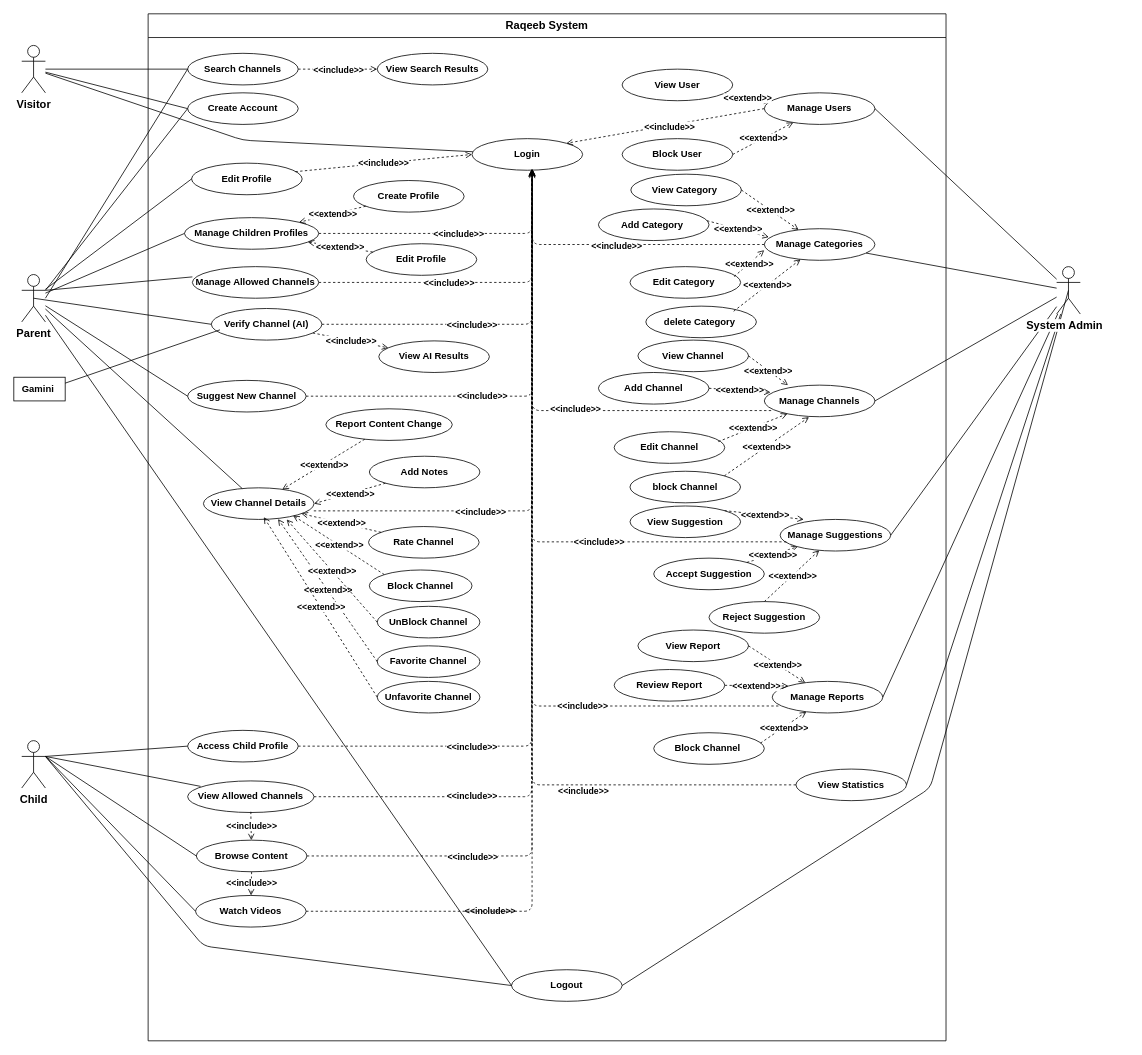
Above: page "Raqeeb Use Case" (1 of 7) of رقيب.drawio in MahmoudHamdy19/diagrams- (draw.io), before the change. Source tidied: cells renumbered, new cells numbered last; positions are measured from the earlier drawing's top-left corner, leaving out a move shared by most shapes. Both pictures are drawn from the tidied source at 79%, with x=0, y=0 at pixel (13, 13).
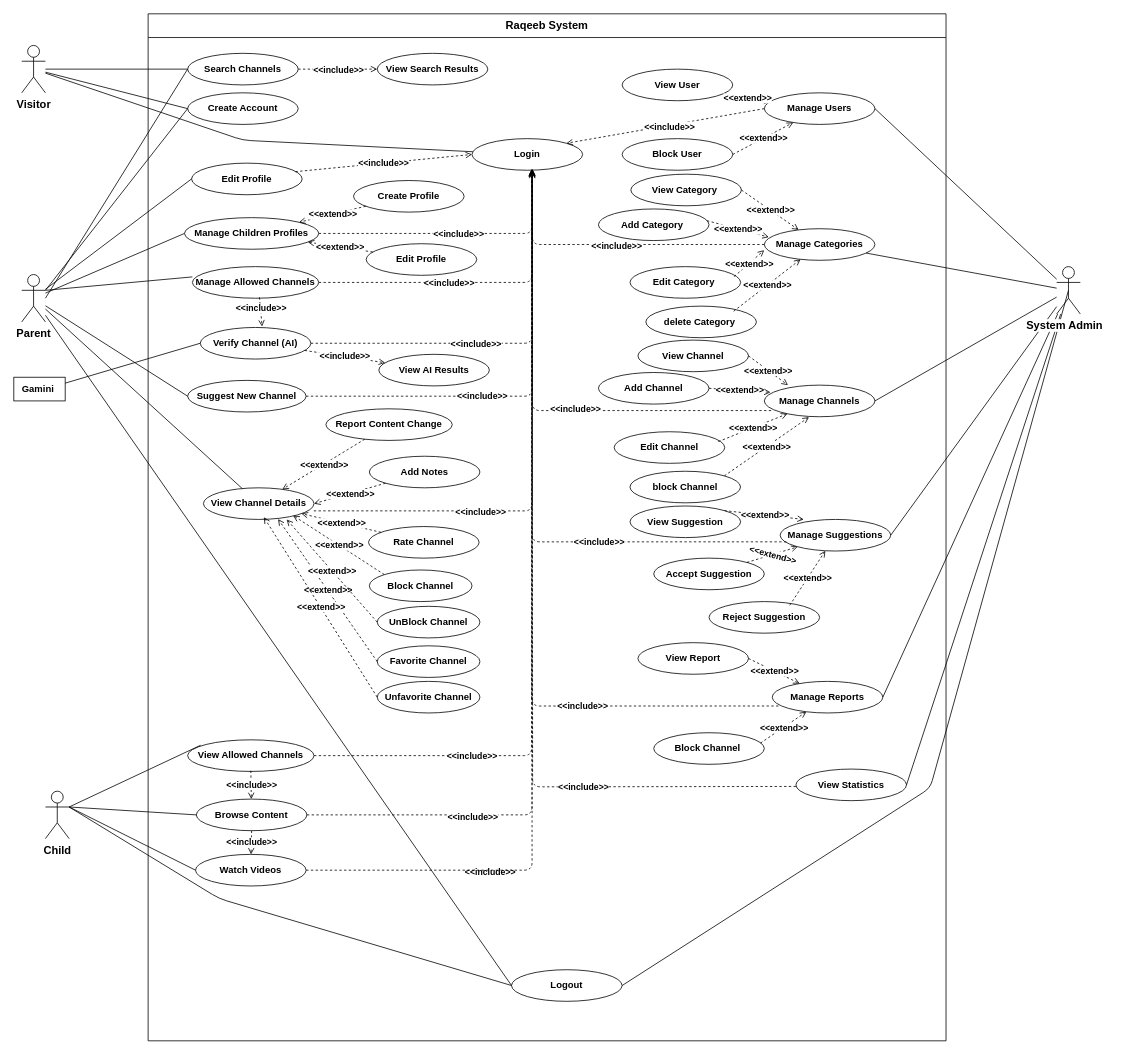
After the change.

The change refers to these unchanged cells:
```xml
<mxCell id="2" value="Raqeeb System" style="swimlane;whiteSpace=wrap;html=1;startSize=30;labelBackgroundColor=none;fontSize=14;fontStyle=1;" parent="1" vertex="1">
  <mxGeometry x="170" width="1010" height="1300" as="geometry" />
</mxCell>
<mxCell id="6" value="Login" style="ellipse;whiteSpace=wrap;html=1;fontSize=12;fontStyle=1;" parent="2" vertex="1">
  <mxGeometry x="410" y="158" width="140" height="40" as="geometry" />
</mxCell>
<mxCell id="7" value="Logout" style="ellipse;whiteSpace=wrap;html=1;fontSize=12;fontStyle=1;" parent="2" vertex="1">
  <mxGeometry x="460" y="1210" width="140" height="40" as="geometry" />
</mxCell>
<mxCell id="12" value="Manage Allowed Channels" style="ellipse;whiteSpace=wrap;html=1;fontSize=12;fontStyle=1;" parent="2" vertex="1">
  <mxGeometry x="56" y="320" width="160" height="40" as="geometry" />
</mxCell>
<mxCell id="57" value="Manage Suggestions" style="ellipse;whiteSpace=wrap;html=1;fontSize=12;fontStyle=1;" parent="2" vertex="1">
  <mxGeometry x="800" y="640" width="140" height="40" as="geometry" />
</mxCell>
<mxCell id="58" value="Manage Reports" style="ellipse;whiteSpace=wrap;html=1;fontSize=12;fontStyle=1;" parent="2" vertex="1">
  <mxGeometry x="790" y="845" width="140" height="40" as="geometry" />
</mxCell>
<mxCell id="59" value="View Statistics" style="ellipse;whiteSpace=wrap;html=1;fontSize=12;fontStyle=1;" parent="2" vertex="1">
  <mxGeometry x="820" y="956" width="140" height="40" as="geometry" />
</mxCell>
<mxCell id="90" value="Reject Suggestion" style="ellipse;whiteSpace=wrap;html=1;fontSize=12;fontStyle=1;" parent="2" vertex="1">
  <mxGeometry x="710" y="744" width="140" height="40" as="geometry" />
</mxCell>
<mxCell id="93" style="dashed=1;endArrow=open;endFill=0;html=1;fontStyle=1;" parent="2" edge="1" source="89" target="57">
  <mxGeometry relative="1" as="geometry" />
</mxCell>
<mxCell id="132" style="dashed=1;endArrow=open;endFill=0;html=1;edgeStyle=orthogonalEdgeStyle;fontStyle=1;entryX=0.539;entryY=0.991;entryDx=0;entryDy=0;entryPerimeter=0;exitX=1;exitY=0.5;exitDx=0;exitDy=0;" parent="2" edge="1" source="23" target="6">
  <mxGeometry relative="1" as="geometry" />
</mxCell>
<mxCell id="134" style="dashed=1;endArrow=open;endFill=0;html=1;edgeStyle=orthogonalEdgeStyle;fontStyle=1;entryX=0.542;entryY=0.98;entryDx=0;entryDy=0;entryPerimeter=0;exitX=1;exitY=0.5;exitDx=0;exitDy=0;" parent="2" edge="1" source="24" target="6">
  <mxGeometry relative="1" as="geometry" />
</mxCell>
<mxCell id="136" style="dashed=1;endArrow=open;endFill=0;html=1;edgeStyle=orthogonalEdgeStyle;fontStyle=1;exitX=1;exitY=0.5;exitDx=0;exitDy=0;entryX=0.543;entryY=0.962;entryDx=0;entryDy=0;entryPerimeter=0;" parent="2" edge="1" source="25" target="6">
  <mxGeometry relative="1" as="geometry" />
</mxCell>
<mxCell id="141" value="Parent" style="shape=umlActor;verticalLabelPosition=bottom;verticalAlign=top;html=1;outlineConnect=0;fontStyle=1;fontSize=14;" parent="1" vertex="1">
  <mxGeometry x="10" y="330" width="30" height="60" as="geometry" />
</mxCell>
<mxCell id="169" value="&lt;b&gt;Gamini&amp;nbsp;&lt;/b&gt;" style="rounded=0;whiteSpace=wrap;html=1;" parent="1" vertex="1">
  <mxGeometry y="460" width="65" height="30" as="geometry" />
</mxCell>
```

The edit, as a diff of the source:
```diff
@@
     <mxCell id="13" value="Verify Channel (AI)" style="ellipse;whiteSpace=wrap;html=1;fontSize=12;fontStyle=1;" parent="2" vertex="1">
-      <mxGeometry x="80" y="373" width="140" height="40" as="geometry" />
+      <mxGeometry x="66" y="397" width="140" height="40" as="geometry" />
     </mxCell>
     <mxCell id="14" value="View AI Results" style="ellipse;whiteSpace=wrap;html=1;fontSize=12;fontStyle=1;" parent="2" vertex="1">
-      <mxGeometry x="292" y="414" width="140" height="40" as="geometry" />
+      <mxGeometry x="292" y="431" width="140" height="40" as="geometry" />
     </mxCell>
@@
-    <mxCell id="22" value="Access Child Profile" style="ellipse;whiteSpace=wrap;html=1;fontSize=12;fontStyle=1;" parent="2" vertex="1">
-      <mxGeometry x="50" y="907" width="140" height="40" as="geometry" />
-    </mxCell>
     <mxCell id="23" value="View Allowed Channels" style="ellipse;whiteSpace=wrap;html=1;fontSize=12;fontStyle=1;" parent="2" vertex="1">
-      <mxGeometry x="50" y="971" width="160" height="40" as="geometry" />
+      <mxGeometry x="50" y="919" width="160" height="40" as="geometry" />
     </mxCell>
     <mxCell id="24" value="Browse Content" style="ellipse;whiteSpace=wrap;html=1;fontSize=12;fontStyle=1;" parent="2" vertex="1">
-      <mxGeometry x="61" y="1046" width="140" height="40" as="geometry" />
+      <mxGeometry x="61" y="994" width="140" height="40" as="geometry" />
     </mxCell>
     <mxCell id="25" value="Watch Videos" style="ellipse;whiteSpace=wrap;html=1;fontSize=12;fontStyle=1;" parent="2" vertex="1">
-      <mxGeometry x="60" y="1116" width="140" height="40" as="geometry" />
+      <mxGeometry x="60" y="1064" width="140" height="40" as="geometry" />
     </mxCell>
@@
     <mxCell id="40" style="dashed=1;endArrow=open;endFill=0;html=1;fontStyle=1;" parent="2" edge="1" target="24">
       <mxGeometry relative="1" as="geometry">
-        <mxPoint x="130" y="1010" as="sourcePoint" />
+        <mxPoint x="130" y="958" as="sourcePoint" />
       </mxGeometry>
     </mxCell>
@@
-    <mxCell id="94" value="&amp;lt;&amp;lt;extend&amp;gt;&amp;gt;" style="edgeLabel;html=1;align=center;verticalAlign=middle;fontStyle=1;" parent="93" vertex="1">
+    <mxCell id="94" value="&amp;lt;&amp;lt;extend&amp;gt;&amp;gt;" style="edgeLabel;html=1;align=center;verticalAlign=middle;fontStyle=1;rotation=15;" parent="93" vertex="1">
       <mxGeometry relative="1" as="geometry" />
     </mxCell>
-    <mxCell id="95" style="dashed=1;endArrow=open;endFill=0;html=1;exitX=0.5;exitY=0;exitDx=0;exitDy=0;fontStyle=1;" parent="2" edge="1" source="90" target="57">
+    <mxCell id="95" style="dashed=1;endArrow=open;endFill=0;html=1;exitX=0.73;exitY=0.117;exitDx=0;exitDy=0;fontStyle=1;exitPerimeter=0;" parent="2" edge="1" source="90" target="57">
       <mxGeometry relative="1" as="geometry" />
     </mxCell>
@@
     <mxCell id="97" value="View Report" style="ellipse;whiteSpace=wrap;html=1;fontSize=12;fontStyle=1;" parent="2" vertex="1">
-      <mxGeometry x="620" y="780" width="140" height="40" as="geometry" />
+      <mxGeometry x="620" y="796" width="140" height="40" as="geometry" />
     </mxCell>
-    <mxCell id="98" value="Review Report" style="ellipse;whiteSpace=wrap;html=1;fontSize=12;fontStyle=1;" parent="2" vertex="1">
-      <mxGeometry x="589.9" y="830" width="140" height="40" as="geometry" />
-    </mxCell>
@@
-    <mxCell id="102" style="dashed=1;endArrow=open;endFill=0;html=1;exitX=1;exitY=0.5;exitDx=0;exitDy=0;entryX=0;entryY=0;entryDx=0;entryDy=0;fontStyle=1;" parent="2" edge="1" source="98" target="58">
-      <mxGeometry relative="1" as="geometry" />
-    </mxCell>
-    <mxCell id="103" value="&amp;lt;&amp;lt;extend&amp;gt;&amp;gt;" style="edgeLabel;html=1;align=center;verticalAlign=middle;fontStyle=1;" parent="102" vertex="1">
-      <mxGeometry relative="1" as="geometry" />
-    </mxCell>
@@
-    <mxCell id="128" style="dashed=1;endArrow=open;endFill=0;html=1;edgeStyle=orthogonalEdgeStyle;exitX=0;exitY=0.5;exitDx=0;exitDy=0;entryX=0.544;entryY=0.978;entryDx=0;entryDy=0;entryPerimeter=0;fontStyle=1;" parent="2" edge="1" source="59" target="6">
-      <mxGeometry relative="1" as="geometry" />
+    <mxCell id="128" style="dashed=1;endArrow=open;endFill=0;html=1;edgeStyle=orthogonalEdgeStyle;exitX=0;exitY=0.5;exitDx=0;exitDy=0;entryX=0.544;entryY=0.978;entryDx=0;entryDy=0;entryPerimeter=0;fontStyle=1;" parent="2" edge="1">
+      <mxGeometry relative="1" as="geometry">
+        <mxPoint x="820" y="978" as="sourcePoint" />
+        <mxPoint x="486.2" y="199.1" as="targetPoint" />
+      </mxGeometry>
     </mxCell>
     <mxCell id="129" value="&amp;lt;&amp;lt;include&amp;gt;&amp;gt;" style="edgeLabel;html=1;align=center;verticalAlign=middle;fontStyle=1;" parent="128" vertex="1">
       <mxGeometry relative="1" as="geometry">
-        <mxPoint x="64" y="230" as="offset" />
+        <mxPoint x="64" y="223" as="offset" />
       </mxGeometry>
     </mxCell>
-    <mxCell id="130" style="dashed=1;endArrow=open;endFill=0;html=1;edgeStyle=orthogonalEdgeStyle;fontStyle=1;entryX=0.54;entryY=0.995;entryDx=0;entryDy=0;entryPerimeter=0;" parent="2" edge="1" source="22" target="6">
-      <mxGeometry relative="1" as="geometry" />
-    </mxCell>
-    <mxCell id="131" value="&amp;lt;&amp;lt;include&amp;gt;&amp;gt;" style="edgeLabel;html=1;align=center;verticalAlign=middle;fontStyle=1;" parent="130" vertex="1">
-      <mxGeometry relative="1" as="geometry">
-        <mxPoint x="-76" y="217" as="offset" />
-      </mxGeometry>
-    </mxCell>
@@
     <mxCell id="133" value="&amp;lt;&amp;lt;include&amp;gt;&amp;gt;" style="edgeLabel;html=1;align=center;verticalAlign=middle;fontStyle=1;" parent="132" vertex="1">
       <mxGeometry relative="1" as="geometry">
-        <mxPoint x="-53" y="403" as="offset" />
+        <mxPoint x="-53" y="379" as="offset" />
       </mxGeometry>
     </mxCell>
@@
     <mxCell id="135" value="&amp;lt;&amp;lt;include&amp;gt;&amp;gt;" style="edgeLabel;html=1;align=center;verticalAlign=middle;fontStyle=1;" parent="134" vertex="1">
       <mxGeometry relative="1" as="geometry">
-        <mxPoint x="-76" y="216" as="offset" />
+        <mxPoint x="-76" y="192" as="offset" />
       </mxGeometry>
     </mxCell>
@@
     <mxCell id="137" value="&amp;lt;&amp;lt;include&amp;gt;&amp;gt;" style="edgeLabel;html=1;align=center;verticalAlign=middle;fontStyle=1;" parent="136" vertex="1">
       <mxGeometry relative="1" as="geometry">
-        <mxPoint x="-76" y="257" as="offset" />
+        <mxPoint x="-76" y="233" as="offset" />
       </mxGeometry>
     </mxCell>
@@
+    <mxCell id="171" style="dashed=1;endArrow=open;endFill=0;html=1;fontStyle=1;exitX=0.531;exitY=0.971;exitDx=0;exitDy=0;exitPerimeter=0;entryX=0.559;entryY=-0.029;entryDx=0;entryDy=0;entryPerimeter=0;" parent="2" edge="1" source="12" target="13">
+      <mxGeometry relative="1" as="geometry" />
+    </mxCell>
+    <mxCell id="131" value="&amp;lt;&amp;lt;include&amp;gt;&amp;gt;" style="edgeLabel;html=1;align=center;verticalAlign=middle;fontStyle=1;" parent="171" vertex="1">
+      <mxGeometry relative="1" as="geometry">
+        <mxPoint y="-5" as="offset" />
+      </mxGeometry>
+    </mxCell>
@@
     <mxCell id="142" value="Child" style="shape=umlActor;verticalLabelPosition=bottom;verticalAlign=top;html=1;outlineConnect=0;fontStyle=1;fontSize=14;" parent="1" vertex="1">
-      <mxGeometry x="10" y="920" width="30" height="60" as="geometry" />
+      <mxGeometry x="40" y="984" width="30" height="60" as="geometry" />
     </mxCell>
@@
-    <mxCell id="151" style="endArrow=none;html=1;entryX=0;entryY=0.5;entryDx=0;entryDy=0;fontStyle=1;exitX=1;exitY=0.3333333333333333;exitDx=0;exitDy=0;exitPerimeter=0;" parent="1" edge="1" source="142" target="22">
-      <mxGeometry relative="1" as="geometry" />
-    </mxCell>
     <mxCell id="152" style="endArrow=none;html=1;exitX=1;exitY=0.3333333333333333;exitDx=0;exitDy=0;exitPerimeter=0;fontStyle=1;" parent="1" edge="1" source="142">
       <mxGeometry relative="1" as="geometry">
-        <mxPoint x="236.4" y="977.9" as="targetPoint" />
+        <mxPoint x="236.4" y="925.9" as="targetPoint" />
       </mxGeometry>
     </mxCell>
-    <mxCell id="153" style="endArrow=none;html=1;entryX=0;entryY=0.5;entryDx=0;entryDy=0;exitX=0.5;exitY=0.5;exitDx=0;exitDy=0;exitPerimeter=0;fontStyle=1;" parent="1" edge="1" source="141" target="13">
-      <mxGeometry relative="1" as="geometry" />
-    </mxCell>
@@
     <mxCell id="166" style="endArrow=none;html=1;entryX=0;entryY=0.5;entryDx=0;entryDy=0;exitX=1;exitY=0.3333333333333333;exitDx=0;exitDy=0;exitPerimeter=0;fontStyle=1;" parent="1" edge="1" source="142" target="7">
       <mxGeometry relative="1" as="geometry">
         <Array as="points">
-          <mxPoint x="240" y="1180" />
+          <mxPoint x="260" y="1120" />
         </Array>
       </mxGeometry>
     </mxCell>
@@
-    <mxCell id="170" style="endArrow=none;html=1;entryX=0;entryY=0.5;entryDx=0;entryDy=0;exitX=1;exitY=0.25;exitDx=0;exitDy=0;fontStyle=1;" parent="1" edge="1" source="169">
-      <mxGeometry relative="1" as="geometry">
-        <mxPoint x="261" y="400" as="targetPoint" />
-      </mxGeometry>
+    <mxCell id="170" style="endArrow=none;html=1;entryX=0;entryY=0.5;entryDx=0;entryDy=0;exitX=1;exitY=0.25;exitDx=0;exitDy=0;fontStyle=1;" parent="1" edge="1" source="169" target="13">
+      <mxGeometry relative="1" as="geometry" />
     </mxCell>
```
